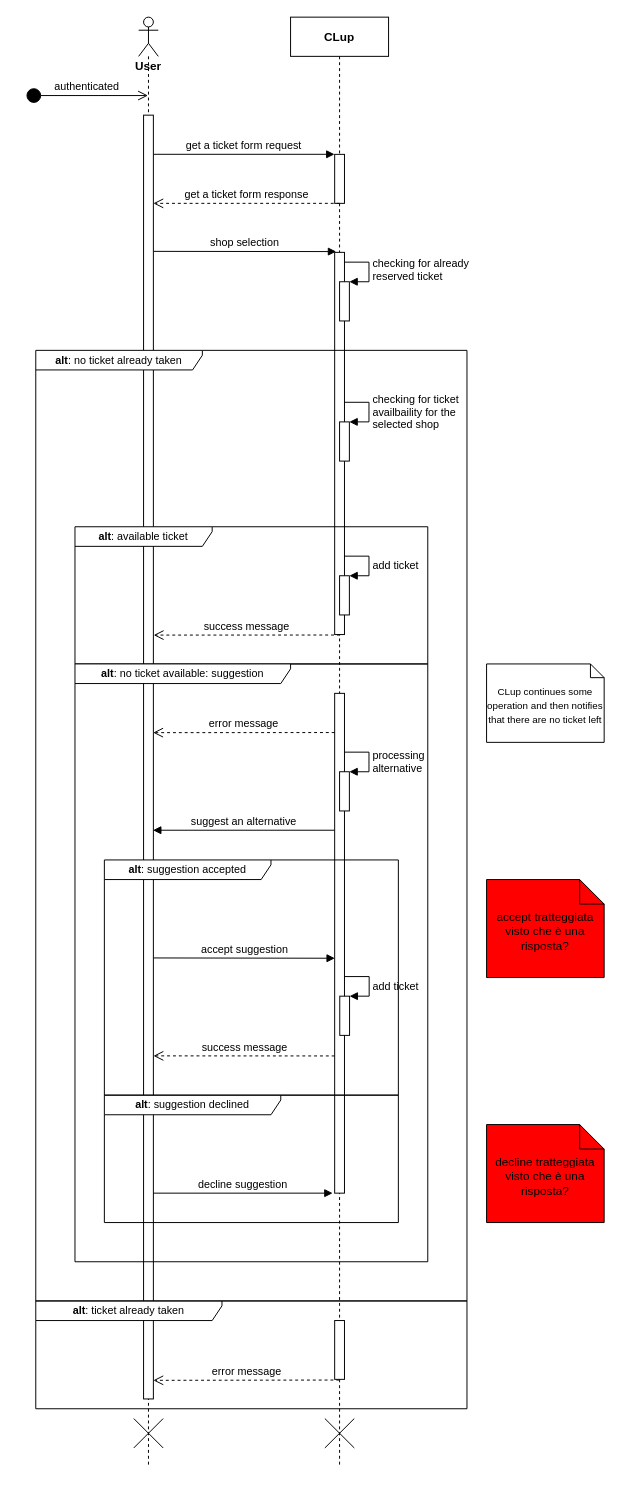
This is RASD/assets/sequence_diagrams/UC3-4 diagram.drawio from CosimoSguanci/SguanciSpataforaVergani-RASD-DD-ingsw2, a draw.io file, before an edit. Source tidied: cells renumbered, new cells numbered last; positions are measured from the earlier drawing's top-left corner, leaving out a move shared by most shapes. Both pictures are drawn from the tidied source at 98%, with x=0, y=0 at pixel (25, 17).
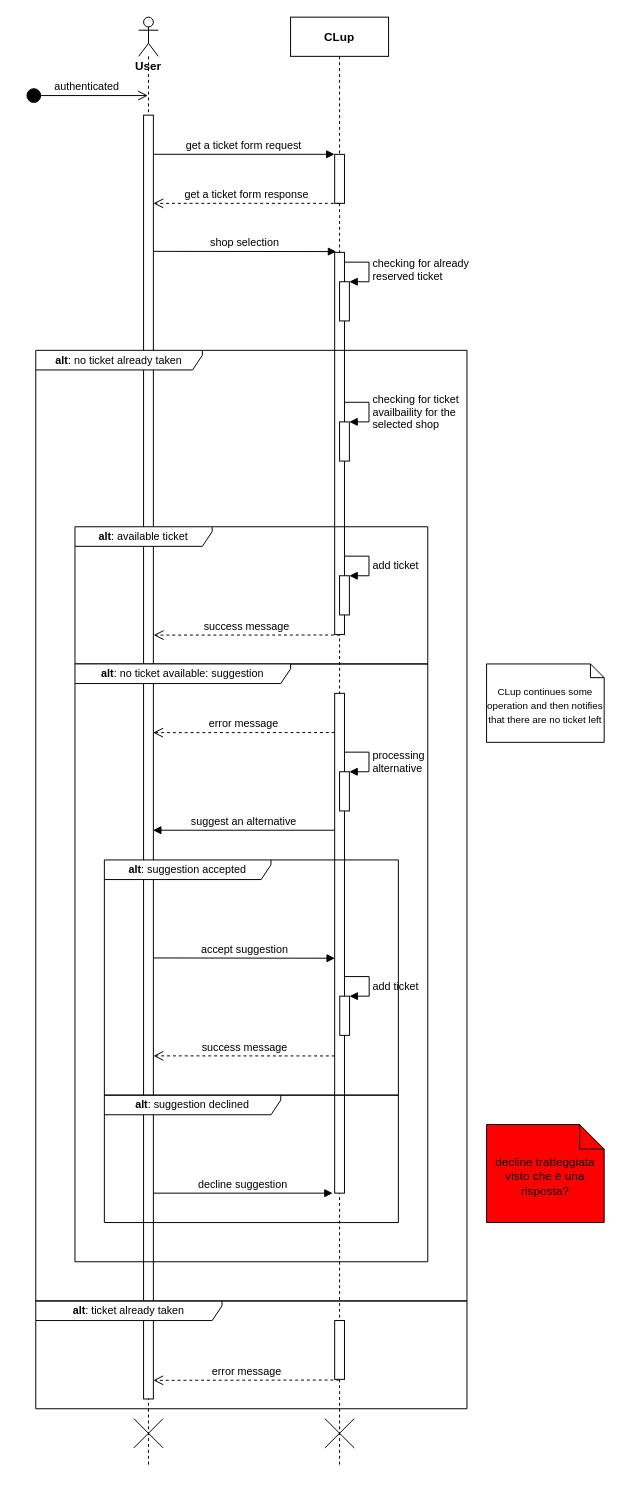
The same page after the edit.

Change to the diagram source:
```diff
@@
-    <mxCell id="41" value="accept tratteggiata visto che è una risposta?" style="shape=note2;boundedLbl=1;whiteSpace=wrap;html=1;size=25;verticalAlign=top;align=center;fillColor=#FF0000;" parent="1" vertex="1">
-      <mxGeometry x="470" y="880" width="120" height="100" as="geometry" />
-    </mxCell>
```
